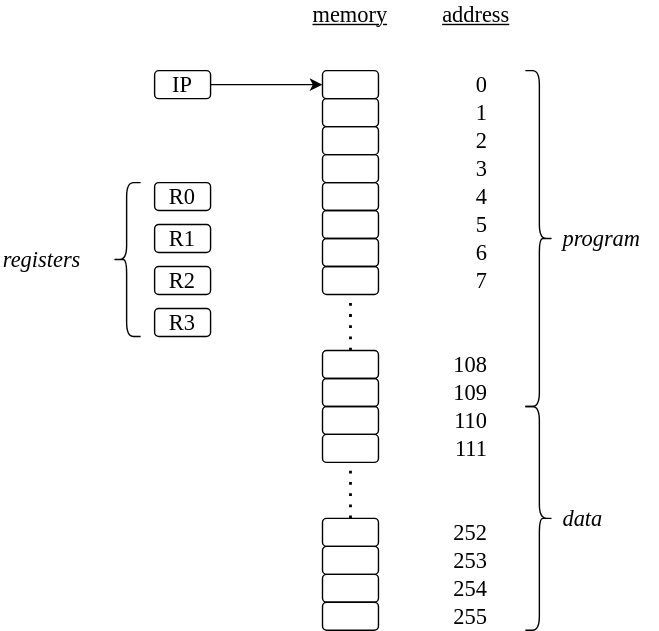
This is src/vm/architecture.svg from gvwilson/sdxpy, a draw.io export, as it was before one commit. Source tidied: cells renumbered, new cells last; positions are measured from the earlier drawing's top-left corner, leaving out a move shared by most shapes.
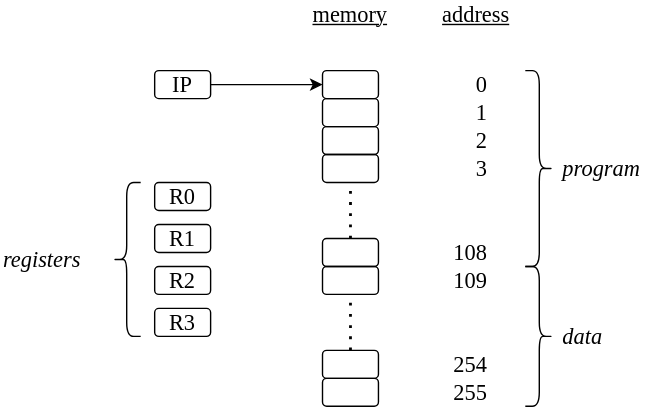
The same diagram one commit later.

What changed in the source:
```diff
@@ -26,98 +26,53 @@
     <mxCell id="9" value="&lt;font style=&quot;font-size: 16px&quot;&gt;3&lt;/font&gt;" style="text;html=1;strokeColor=none;fillColor=none;align=right;verticalAlign=middle;whiteSpace=wrap;rounded=0;sketch=0;fontFamily=Verdana;" parent="1" vertex="1">
       <mxGeometry x="310" y="110" width="40" height="20" as="geometry" />
     </mxCell>
-    <mxCell id="10" style="rounded=1;whiteSpace=wrap;html=1;fillColor=none;sketch=0;fontFamily=Verdana;" parent="1" vertex="1">
-      <mxGeometry x="230" y="130" width="40" height="20" as="geometry" />
-    </mxCell>
-    <mxCell id="11" value="&lt;font style=&quot;font-size: 16px&quot;&gt;4&lt;/font&gt;" style="text;html=1;strokeColor=none;fillColor=none;align=right;verticalAlign=middle;whiteSpace=wrap;rounded=0;sketch=0;fontFamily=Verdana;" parent="1" vertex="1">
-      <mxGeometry x="310" y="130" width="40" height="20" as="geometry" />
-    </mxCell>
-    <mxCell id="12" style="rounded=1;whiteSpace=wrap;html=1;fillColor=none;sketch=0;fontFamily=Verdana;" parent="1" vertex="1">
-      <mxGeometry x="230" y="150" width="40" height="20" as="geometry" />
-    </mxCell>
-    <mxCell id="13" value="&lt;font style=&quot;font-size: 16px&quot;&gt;5&lt;/font&gt;" style="text;html=1;strokeColor=none;fillColor=none;align=right;verticalAlign=middle;whiteSpace=wrap;rounded=0;sketch=0;fontFamily=Verdana;" parent="1" vertex="1">
-      <mxGeometry x="310" y="150" width="40" height="20" as="geometry" />
-    </mxCell>
-    <mxCell id="14" style="rounded=1;whiteSpace=wrap;html=1;fillColor=none;sketch=0;fontFamily=Verdana;" parent="1" vertex="1">
-      <mxGeometry x="230" y="170" width="40" height="20" as="geometry" />
-    </mxCell>
-    <mxCell id="15" value="&lt;font style=&quot;font-size: 16px&quot;&gt;6&lt;/font&gt;" style="text;html=1;strokeColor=none;fillColor=none;align=right;verticalAlign=middle;whiteSpace=wrap;rounded=0;sketch=0;fontFamily=Verdana;" parent="1" vertex="1">
-      <mxGeometry x="310" y="170" width="40" height="20" as="geometry" />
-    </mxCell>
-    <mxCell id="16" value="&lt;font style=&quot;font-size: 16px&quot;&gt;7&lt;/font&gt;" style="text;html=1;strokeColor=none;fillColor=none;align=right;verticalAlign=middle;whiteSpace=wrap;rounded=0;sketch=0;fontFamily=Verdana;" parent="1" vertex="1">
-      <mxGeometry x="310" y="190" width="40" height="20" as="geometry" />
-    </mxCell>
     <mxCell id="17" value="&lt;font style=&quot;font-size: 16px&quot;&gt;memory&lt;/font&gt;" style="text;html=1;strokeColor=none;fillColor=none;align=center;verticalAlign=middle;whiteSpace=wrap;rounded=0;fontStyle=4;sketch=0;fontFamily=Verdana;" parent="1" vertex="1">
       <mxGeometry x="215" width="70" height="20" as="geometry" />
     </mxCell>
     <mxCell id="18" value="&lt;font&gt;&lt;span style=&quot;font-size: 16px&quot;&gt;address&lt;/span&gt;&lt;/font&gt;" style="text;html=1;strokeColor=none;fillColor=none;align=center;verticalAlign=middle;whiteSpace=wrap;rounded=0;fontStyle=4;sketch=0;fontFamily=Verdana;" parent="1" vertex="1">
       <mxGeometry x="305" width="70" height="20" as="geometry" />
     </mxCell>
-    <mxCell id="19" style="endArrow=none;dashed=1;html=1;dashPattern=1 3;strokeWidth=2;sketch=0;entryX=0.5;entryY=1;entryDx=0;entryDy=0;exitX=0.5;exitY=0;exitDx=0;exitDy=0;fontFamily=Verdana;" parent="1" edge="1" source="20" target="49">
+    <mxCell id="19" style="endArrow=none;dashed=1;html=1;dashPattern=1 3;strokeWidth=2;sketch=0;entryX=0.5;entryY=1;entryDx=0;entryDy=0;exitX=0.5;exitY=0;exitDx=0;exitDy=0;fontFamily=Verdana;" parent="1" edge="1" source="20" target="8">
       <mxGeometry relative="1" as="geometry" />
     </mxCell>
     <mxCell id="20" style="rounded=1;whiteSpace=wrap;html=1;fillColor=none;sketch=0;fontFamily=Verdana;" parent="1" vertex="1">
-      <mxGeometry x="230" y="250" width="40" height="20" as="geometry" />
+      <mxGeometry x="230" y="170" width="40" height="20" as="geometry" />
     </mxCell>
     <mxCell id="21" style="rounded=1;whiteSpace=wrap;html=1;fillColor=none;sketch=0;fontFamily=Verdana;" parent="1" vertex="1">
-      <mxGeometry x="230" y="270" width="40" height="20" as="geometry" />
+      <mxGeometry x="230" y="190" width="40" height="20" as="geometry" />
     </mxCell>
-    <mxCell id="22" style="rounded=1;whiteSpace=wrap;html=1;fillColor=none;sketch=0;fontFamily=Verdana;" parent="1" vertex="1">
-      <mxGeometry x="230" y="290" width="40" height="20" as="geometry" />
-    </mxCell>
-    <mxCell id="23" style="rounded=1;whiteSpace=wrap;html=1;fillColor=none;sketch=0;fontFamily=Verdana;" parent="1" vertex="1">
-      <mxGeometry x="230" y="310" width="40" height="20" as="geometry" />
-    </mxCell>
-    <mxCell id="24" style="endArrow=none;dashed=1;html=1;dashPattern=1 3;strokeWidth=2;entryX=0.5;entryY=1;entryDx=0;entryDy=0;sketch=0;exitX=0.5;exitY=0;exitDx=0;exitDy=0;fontFamily=Verdana;" parent="1" edge="1" source="25" target="23">
+    <mxCell id="24" style="endArrow=none;dashed=1;html=1;dashPattern=1 3;strokeWidth=2;entryX=0.5;entryY=1;entryDx=0;entryDy=0;sketch=0;exitX=0.5;exitY=0;exitDx=0;exitDy=0;fontFamily=Verdana;" parent="1" edge="1" source="27" target="21">
       <mxGeometry relative="1" as="geometry" />
     </mxCell>
-    <mxCell id="25" style="rounded=1;whiteSpace=wrap;html=1;fillColor=none;sketch=0;fontFamily=Verdana;" parent="1" vertex="1">
-      <mxGeometry x="230" y="370" width="40" height="20" as="geometry" />
-    </mxCell>
-    <mxCell id="26" style="rounded=1;whiteSpace=wrap;html=1;fillColor=none;sketch=0;fontFamily=Verdana;" parent="1" vertex="1">
-      <mxGeometry x="230" y="390" width="40" height="20" as="geometry" />
-    </mxCell>
     <mxCell id="27" style="rounded=1;whiteSpace=wrap;html=1;fillColor=none;sketch=0;fontFamily=Verdana;" parent="1" vertex="1">
-      <mxGeometry x="230" y="410" width="40" height="20" as="geometry" />
+      <mxGeometry x="230" y="250" width="40" height="20" as="geometry" />
     </mxCell>
     <mxCell id="28" style="rounded=1;whiteSpace=wrap;html=1;fillColor=none;sketch=0;fontFamily=Verdana;" parent="1" vertex="1">
-      <mxGeometry x="230" y="430" width="40" height="20" as="geometry" />
+      <mxGeometry x="230" y="270" width="40" height="20" as="geometry" />
     </mxCell>
     <mxCell id="29" value="&lt;font style=&quot;font-size: 16px&quot;&gt;108&lt;/font&gt;" style="text;html=1;strokeColor=none;fillColor=none;align=right;verticalAlign=middle;whiteSpace=wrap;rounded=0;sketch=0;fontFamily=Verdana;" parent="1" vertex="1">
-      <mxGeometry x="310" y="250" width="40" height="20" as="geometry" />
+      <mxGeometry x="310" y="170" width="40" height="20" as="geometry" />
     </mxCell>
     <mxCell id="30" value="&lt;font style=&quot;font-size: 16px&quot;&gt;109&lt;/font&gt;" style="text;html=1;strokeColor=none;fillColor=none;align=right;verticalAlign=middle;whiteSpace=wrap;rounded=0;sketch=0;fontFamily=Verdana;" parent="1" vertex="1">
-      <mxGeometry x="310" y="270" width="40" height="20" as="geometry" />
+      <mxGeometry x="310" y="190" width="40" height="20" as="geometry" />
     </mxCell>
-    <mxCell id="31" value="&lt;font style=&quot;font-size: 16px&quot;&gt;110&lt;/font&gt;" style="text;html=1;strokeColor=none;fillColor=none;align=right;verticalAlign=middle;whiteSpace=wrap;rounded=0;sketch=0;fontFamily=Verdana;" parent="1" vertex="1">
-      <mxGeometry x="310" y="290" width="40" height="20" as="geometry" />
-    </mxCell>
-    <mxCell id="32" value="&lt;font style=&quot;font-size: 16px&quot;&gt;111&lt;/font&gt;" style="text;html=1;strokeColor=none;fillColor=none;align=right;verticalAlign=middle;whiteSpace=wrap;rounded=0;sketch=0;fontFamily=Verdana;" parent="1" vertex="1">
-      <mxGeometry x="310" y="310" width="40" height="20" as="geometry" />
-    </mxCell>
-    <mxCell id="33" value="&lt;font style=&quot;font-size: 16px&quot;&gt;252&lt;/font&gt;" style="text;html=1;strokeColor=none;fillColor=none;align=right;verticalAlign=middle;whiteSpace=wrap;rounded=0;sketch=0;fontFamily=Verdana;" parent="1" vertex="1">
-      <mxGeometry x="310" y="370" width="40" height="20" as="geometry" />
-    </mxCell>
-    <mxCell id="34" value="&lt;font style=&quot;font-size: 16px&quot;&gt;253&lt;/font&gt;" style="text;html=1;strokeColor=none;fillColor=none;align=right;verticalAlign=middle;whiteSpace=wrap;rounded=0;sketch=0;fontFamily=Verdana;" parent="1" vertex="1">
-      <mxGeometry x="310" y="390" width="40" height="20" as="geometry" />
-    </mxCell>
     <mxCell id="35" value="&lt;font style=&quot;font-size: 16px&quot;&gt;254&lt;/font&gt;" style="text;html=1;strokeColor=none;fillColor=none;align=right;verticalAlign=middle;whiteSpace=wrap;rounded=0;sketch=0;fontFamily=Verdana;" parent="1" vertex="1">
-      <mxGeometry x="310" y="410" width="40" height="20" as="geometry" />
+      <mxGeometry x="310" y="250" width="40" height="20" as="geometry" />
     </mxCell>
     <mxCell id="36" value="&lt;font style=&quot;font-size: 16px&quot;&gt;255&lt;/font&gt;" style="text;html=1;strokeColor=none;fillColor=none;align=right;verticalAlign=middle;whiteSpace=wrap;rounded=0;sketch=0;fontFamily=Verdana;" parent="1" vertex="1">
-      <mxGeometry x="310" y="430" width="40" height="20" as="geometry" />
+      <mxGeometry x="310" y="270" width="40" height="20" as="geometry" />
     </mxCell>
     <mxCell id="37" style="shape=curlyBracket;whiteSpace=wrap;html=1;rounded=1;fillColor=none;flipH=1;sketch=0;fontFamily=Verdana;" parent="1" vertex="1">
-      <mxGeometry x="375" y="50" width="20" height="240" as="geometry" />
+      <mxGeometry x="375" y="50" width="20" height="140" as="geometry" />
     </mxCell>
     <mxCell id="38" style="shape=curlyBracket;whiteSpace=wrap;html=1;rounded=1;fillColor=none;flipH=1;sketch=0;fontFamily=Verdana;" parent="1" vertex="1">
-      <mxGeometry x="375" y="290" width="20" height="160" as="geometry" />
+      <mxGeometry x="375" y="190" width="20" height="100" as="geometry" />
     </mxCell>
     <mxCell id="39" value="&lt;i&gt;&lt;font style=&quot;font-size: 16px&quot;&gt;program&lt;/font&gt;&lt;/i&gt;" style="text;html=1;strokeColor=none;fillColor=none;align=left;verticalAlign=middle;whiteSpace=wrap;rounded=0;sketch=0;fontFamily=Verdana;" parent="1" vertex="1">
-      <mxGeometry x="400" y="160" width="70" height="20" as="geometry" />
+      <mxGeometry x="400" y="110" width="70" height="20" as="geometry" />
     </mxCell>
     <mxCell id="40" value="&lt;i&gt;&lt;font style=&quot;font-size: 16px&quot;&gt;data&lt;/font&gt;&lt;/i&gt;" style="text;html=1;strokeColor=none;fillColor=none;align=left;verticalAlign=middle;whiteSpace=wrap;rounded=0;sketch=0;fontFamily=Verdana;" parent="1" vertex="1">
-      <mxGeometry x="400" y="360" width="70" height="20" as="geometry" />
+      <mxGeometry x="400" y="230" width="70" height="20" as="geometry" />
     </mxCell>
     <mxCell id="41" value="&lt;font style=&quot;font-size: 16px&quot;&gt;IP&lt;/font&gt;" style="rounded=1;whiteSpace=wrap;html=1;fillColor=none;sketch=0;fontFamily=Verdana;" parent="1" vertex="1">
       <mxGeometry x="110" y="50" width="40" height="20" as="geometry" />
@@ -143,8 +98,5 @@
     <mxCell id="48" style="endArrow=classic;html=1;entryX=0;entryY=0.5;entryDx=0;entryDy=0;exitX=1;exitY=0.5;exitDx=0;exitDy=0;sketch=0;fontFamily=Verdana;" parent="1" edge="1" source="41" target="2">
       <mxGeometry relative="1" as="geometry" />
     </mxCell>
-    <mxCell id="49" style="rounded=1;whiteSpace=wrap;html=1;fillColor=none;sketch=0;fontFamily=Verdana;" parent="1" vertex="1">
-      <mxGeometry x="230" y="190" width="40" height="20" as="geometry" />
-    </mxCell>
   </root>
 </mxGraphModel>
```
